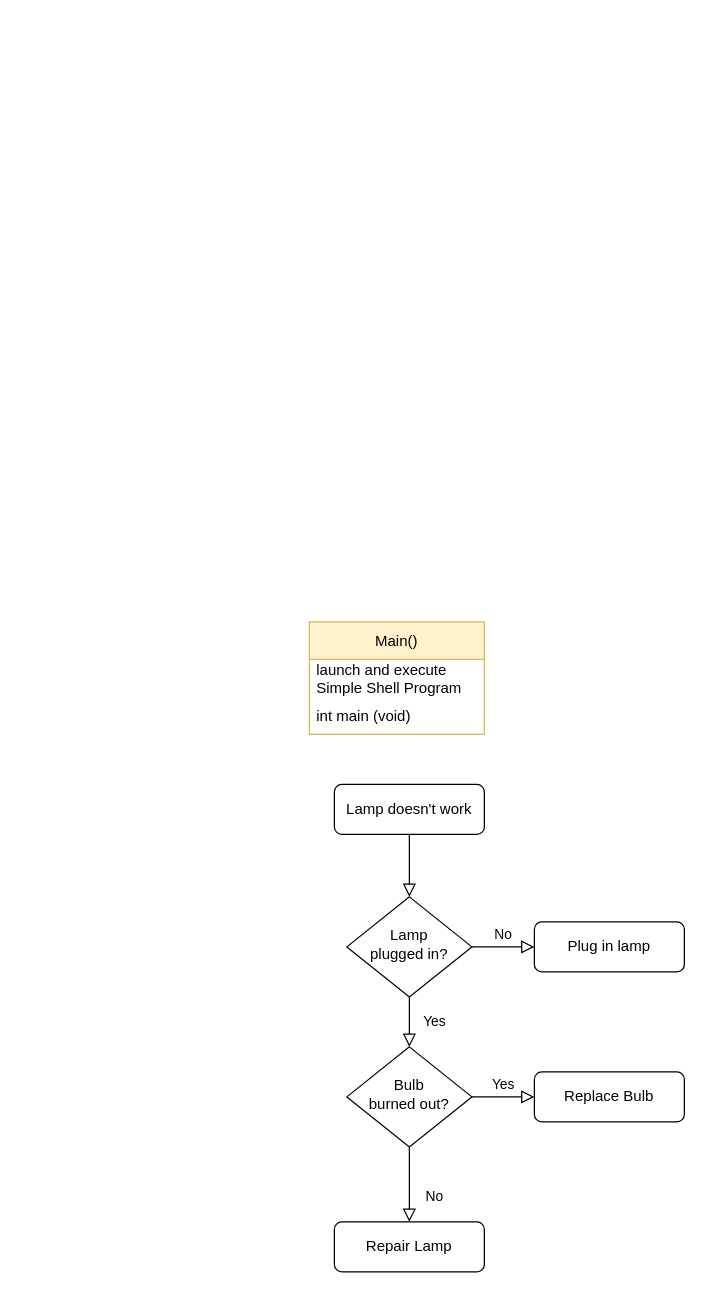
Before: Untitled Diagram.drawio in RainInApril/holbertonschool-simple_shell, a draw.io diagram. Source tidied: cells renumbered, new cells numbered last; positions are measured from the earlier drawing's top-left corner, leaving out a move shared by most shapes. Both pictures are drawn from the tidied source at 125%, with x=0, y=0 at pixel (309, 621).
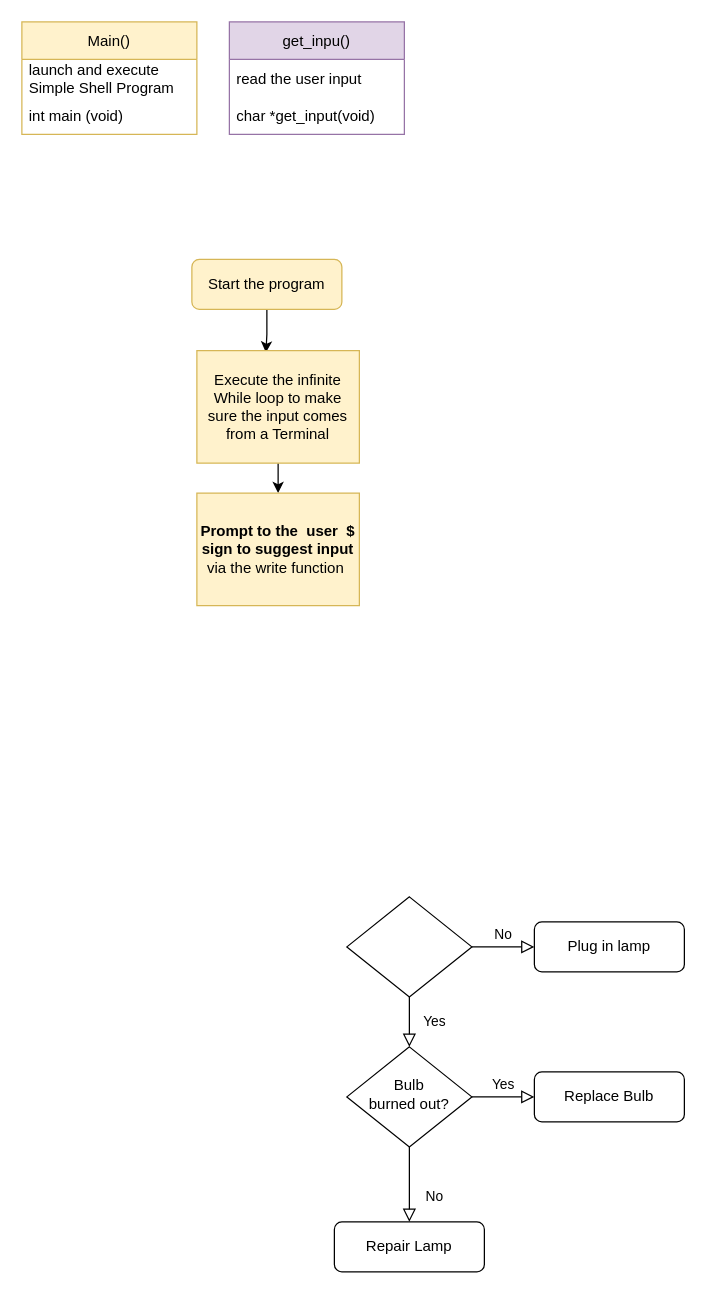
Above is the later version.

The edit, as a diff of the source:
```diff
@@
-    <mxCell id="2" style="rounded=0;html=1;jettySize=auto;fontSize=11;endArrow=block;endFill=0;endSize=8;strokeWidth=1;shadow=0;labelBackgroundColor=none;edgeStyle=orthogonalEdgeStyle;" parent="1" edge="1" source="3" target="6">
-      <mxGeometry relative="1" as="geometry" />
-    </mxCell>
+    <mxCell id="16" style="edgeStyle=orthogonalEdgeStyle;rounded=0;jettySize=auto;html=1;entryX=0.425;entryY=0.017;entryDx=0;entryDy=0;entryPerimeter=0;" parent="1" edge="1" source="3" target="18">
+      <mxGeometry relative="1" as="geometry" />
+    </mxCell>
-    <mxCell id="3" value="Lamp doesn't work" style="rounded=1;whiteSpace=wrap;html=1;fontSize=12;glass=0;strokeWidth=1;shadow=0;" parent="1" vertex="1">
-      <mxGeometry x="20" y="130" width="120" height="40" as="geometry" />
+    <mxCell id="3" value="Start the program" style="rounded=1;whiteSpace=wrap;html=1;fontSize=12;glass=0;strokeWidth=1;shadow=0;fillColor=#fff2cc;strokeColor=#d6b656;" parent="1" vertex="1">
+      <mxGeometry x="-94" y="-290" width="120" height="40" as="geometry" />
     </mxCell>
@@
-    <mxCell id="6" value="Lamp&lt;br&gt;plugged in?" style="rhombus;whiteSpace=wrap;html=1;shadow=0;fontFamily=Helvetica;fontSize=12;align=center;strokeWidth=1;spacing=6;spacingTop=-4;" parent="1" vertex="1">
+    <mxCell id="6" style="rhombus;whiteSpace=wrap;html=1;shadow=0;fontFamily=Helvetica;fontSize=12;align=center;strokeWidth=1;spacing=6;spacingTop=-4;" parent="1" vertex="1">
       <mxGeometry x="30" y="220" width="100" height="80" as="geometry" />
     </mxCell>
@@
     <mxCell id="13" value="Main()" style="swimlane;fontStyle=0;horizontal=1;startSize=30;fillColor=#fff2cc;strokeColor=#d6b656;" parent="1" vertex="1">
-      <mxGeometry width="140" height="90" as="geometry" />
+      <mxGeometry x="-230" y="-480" width="140" height="90" as="geometry" />
     </mxCell>
@@
+    <mxCell id="17" style="edgeStyle=orthogonalEdgeStyle;rounded=0;jettySize=auto;html=1;entryX=0.5;entryY=0;entryDx=0;entryDy=0;" parent="1" edge="1" source="18" target="19">
+      <mxGeometry relative="1" as="geometry" />
+    </mxCell>
+    <mxCell id="18" value="Execute the infinite While loop to make sure the input comes from a Terminal" style="rounded=0;whiteSpace=wrap;html=1;fillColor=#fff2cc;strokeColor=#d6b656;" parent="1" vertex="1">
+      <mxGeometry x="-90" y="-217" width="130" height="90" as="geometry" />
+    </mxCell>
+    <mxCell id="19" value="&lt;b&gt;Prompt to the &amp;nbsp;user &amp;nbsp;$ sign to suggest input&lt;/b&gt;&lt;br&gt;via the write function&amp;nbsp;" style="rounded=0;whiteSpace=wrap;html=1;fillColor=#fff2cc;strokeColor=#d6b656;" parent="1" vertex="1">
+      <mxGeometry x="-90" y="-103" width="130" height="90" as="geometry" />
+    </mxCell>
+    <mxCell id="20" value="get_inpu()" style="swimlane;fontStyle=0;horizontal=1;startSize=30;fillColor=#e1d5e7;strokeColor=#9673a6;" parent="1" vertex="1">
+      <mxGeometry x="-64" y="-480" width="140" height="90" as="geometry" />
+    </mxCell>
+    <mxCell id="21" value="read the user input" style="text;strokeColor=none;fillColor=none;align=left;verticalAlign=middle;spacingLeft=4;spacingRight=4;overflow=hidden;" parent="20" vertex="1">
+      <mxGeometry y="30" width="140" height="30" as="geometry" />
+    </mxCell>
+    <mxCell id="22" value="char *get_input(void)" style="text;strokeColor=none;fillColor=none;align=left;verticalAlign=middle;spacingLeft=4;spacingRight=4;overflow=hidden;" parent="20" vertex="1">
+      <mxGeometry y="60" width="140" height="30" as="geometry" />
+    </mxCell>
```
